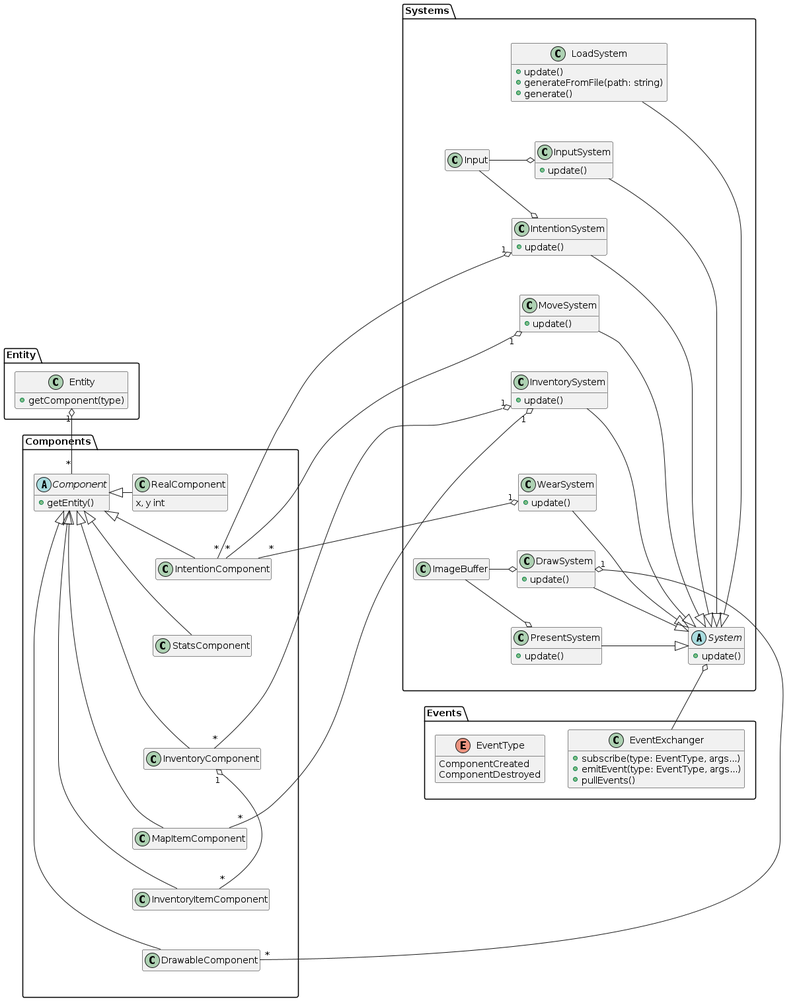
Above: docs/diagrams/class_diagram.png in SoftwareArchitecture2022/roguelike (PlantUML), before the change. Source of this version:
```plantuml
@startuml
hide empty members

package Entity {
    class Entity {
        + getComponent(type)
    }
}

package Systems {
    class Input {
    }

    class ImageBuffer {
    }

    abstract class System {
        + update()
    }

    together {
        class LoadSystem {
            + update()
            + generateFromFile(path: string)
            + generate()
        }

        class InputSystem {
            + update()
        }

        class IntentionSystem {
            + update()
        }

        class MoveSystem {
            + update()
        }

        class InventorySystem {
            + update()
        }

        class WearSystem {
            + update()
        }

        class DrawSystem {
            + update()
        }

        class PresentSystem {
            + update()
        }
    }

    InputSystem o-left- Input
    IntentionSystem o-left- Input

    PresentSystem o-left- ImageBuffer
    DrawSystem o-left- ImageBuffer

    LoadSystem -right-|> System
    InputSystem -right-|> System
    IntentionSystem -right-|> System
    MoveSystem -right-|> System
    InventorySystem -right-|> System
    WearSystem -right-|> System
    DrawSystem -right-|> System
    PresentSystem -right-|> System

    PresentSystem -up[hidden]- DrawSystem
    DrawSystem -up[hidden]- WearSystem
    WearSystem -up[hidden]- InventorySystem
    InventorySystem -up[hidden]- MoveSystem
    MoveSystem -up[hidden]- IntentionSystem
    IntentionSystem -up[hidden]- InputSystem
    InputSystem -up[hidden]- LoadSystem
}

package Components {
    abstract class Component {
        + getEntity()
    }

    together {
        class RealComponent {
            x, y int
        }

        class IntentionComponent {
        }

        class StatsComponent {
        }

        class InventoryComponent {
        }

        class MapItemComponent {
        }

        class InventoryItemComponent {
        }

        class DrawableComponent {
        }
    }

    RealComponent          -left-|> Component
    IntentionComponent     -left-|> Component
    StatsComponent         -left-|> Component
    InventoryComponent     -left-|> Component
    MapItemComponent       -left-|> Component
    InventoryItemComponent -left-|> Component
    DrawableComponent      -left-|> Component

    DrawableComponent -up[hidden]- InventoryItemComponent
    InventoryItemComponent -up[hidden]- MapItemComponent
    MapItemComponent -up[hidden]- InventoryComponent
    InventoryComponent -up[hidden]- StatsComponent
    StatsComponent -up[hidden]- IntentionComponent
    IntentionComponent -up[hidden]- RealComponent

    InventoryComponent "1" o-- "*" InventoryItemComponent
}

package Events {
    class EventExchanger {
        + subscribe(type: EventType, args...)
        + emitEvent(type: EventType, args...)
        + pullEvents()
    }

    enum EventType {
        ComponentCreated
        ComponentDestroyed
    }
}
IntentionSystem "1" o-- "*" IntentionComponent
MoveSystem "1" o-- "*" IntentionComponent
InventorySystem "1" o-- "*" InventoryComponent
InventorySystem "1" o-- "*" MapItemComponent
WearSystem "1" o-- "*" IntentionComponent
DrawSystem "1" o-- "*" DrawableComponent

System o-- EventExchanger
Entity "1" o-- "*" Component

@enduml
```
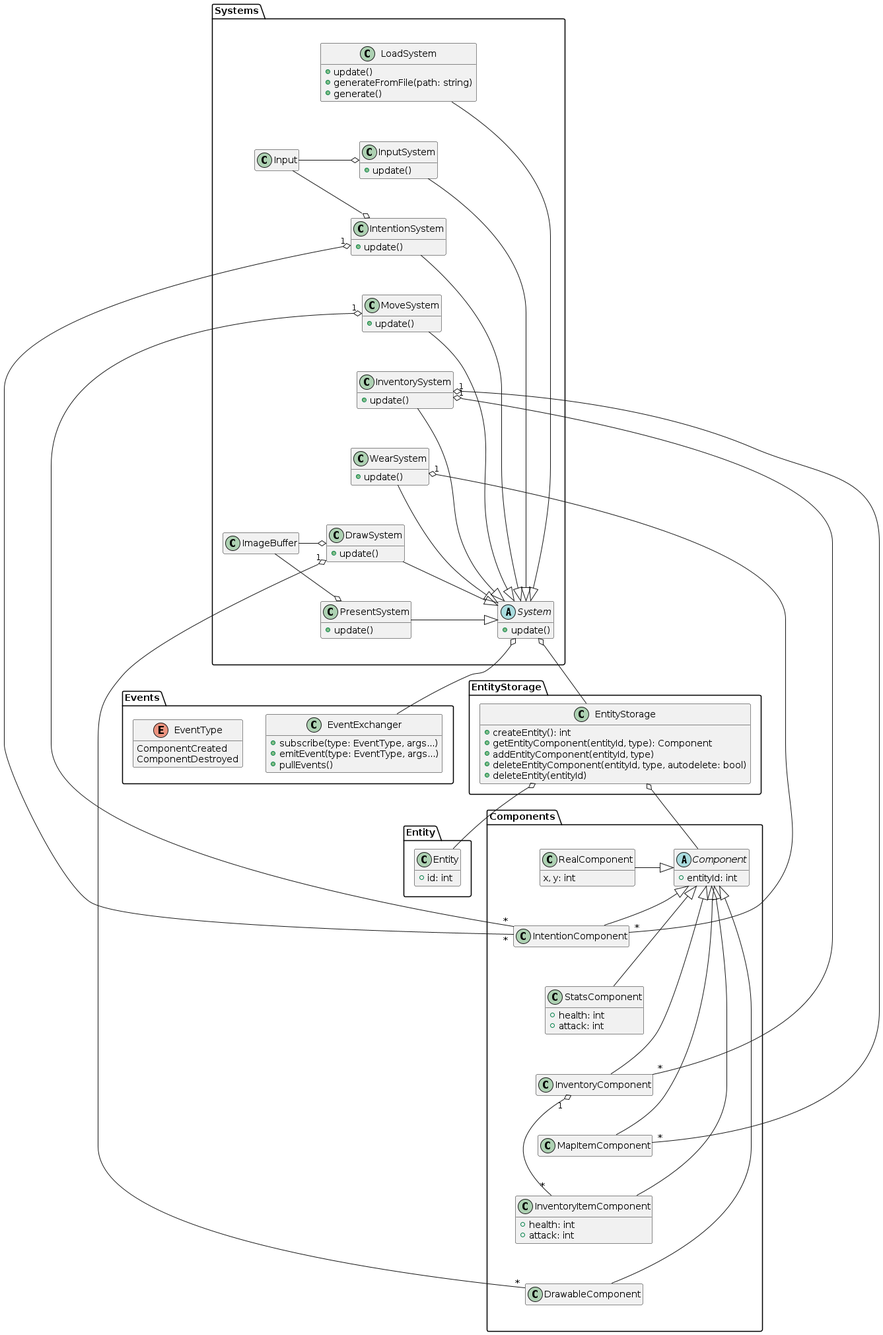
After the commit.

Commit message:
Added entity storage and other small fixes

The edit, as a diff of the source:
```diff
@@ -3,7 +3,17 @@
 
 package Entity {
     class Entity {
-        + getComponent(type)
+        + id: int
+    }
+}
+
+package EntityStorage {
+    class EntityStorage {
+        + createEntity(): int
+        + getEntityComponent(entityId, type): Component
+        + addEntityComponent(entityId, type)
+        + deleteEntityComponent(entityId, type, autodelete: bool)
+        + deleteEntity(entityId)
     }
 }
 
@@ -80,18 +90,20 @@
 
 package Components {
     abstract class Component {
-        + getEntity()
+        + entityId: int
     }
 
     together {
         class RealComponent {
-            x, y int
+            x, y: int
         }
 
         class IntentionComponent {
         }
 
         class StatsComponent {
+            + health: int
+            + attack: int
         }
 
         class InventoryComponent {
@@ -101,6 +113,8 @@
         }
 
         class InventoryItemComponent {
+            + health: int
+            + attack: int
         }
 
         class DrawableComponent {
@@ -137,6 +151,9 @@
         ComponentDestroyed
     }
 }
+EntityStorage o-- Entity
+EntityStorage o-- Component
+
 IntentionSystem "1" o-- "*" IntentionComponent
 MoveSystem "1" o-- "*" IntentionComponent
 InventorySystem "1" o-- "*" InventoryComponent
@@ -145,6 +162,6 @@
 DrawSystem "1" o-- "*" DrawableComponent
 
 System o-- EventExchanger
-Entity "1" o-- "*" Component
+System o-- EntityStorage
 
 @enduml
```
